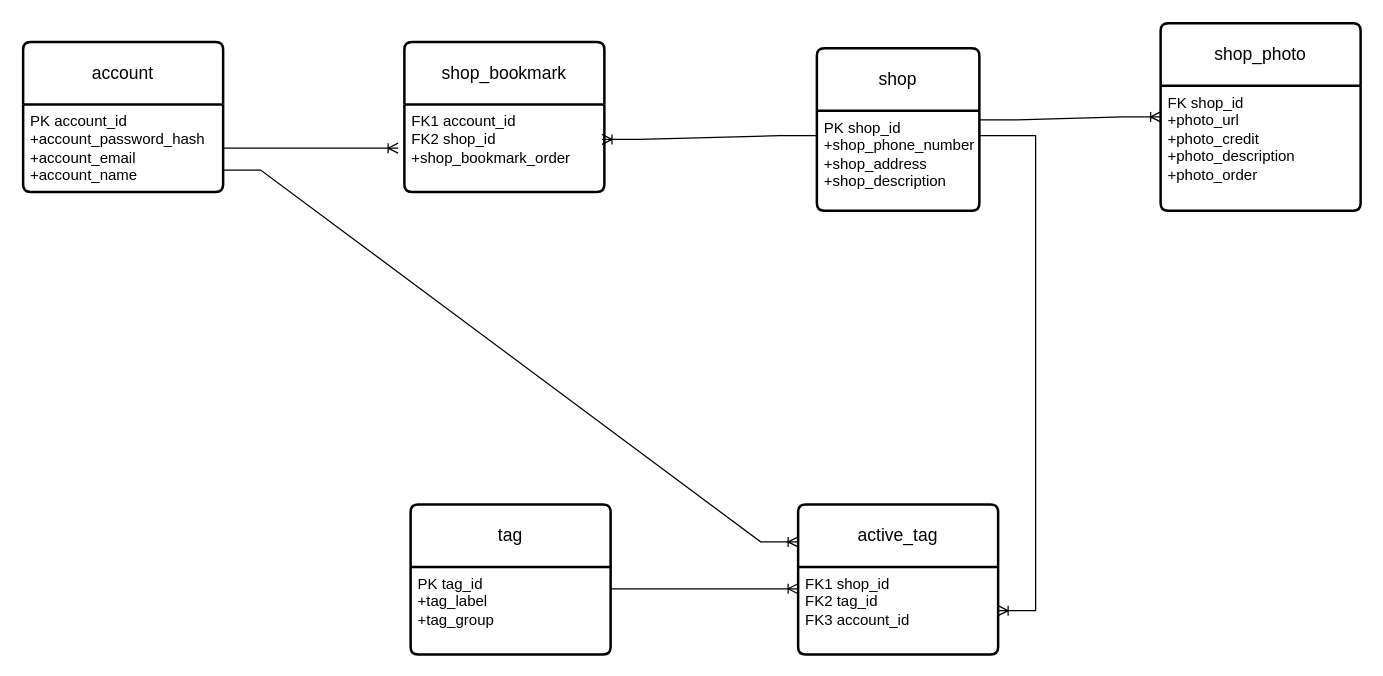
This is documentation/ERD.drawio from cohort-web-43-coffee/coffee-capstone, a draw.io file, before an edit. Source tidied: cells renumbered, new cells numbered last; positions are measured from the earlier drawing's top-left corner, leaving out a move shared by most shapes. Both pictures are drawn from the tidied source at 125%, with x=0, y=0 at pixel (22, 22).
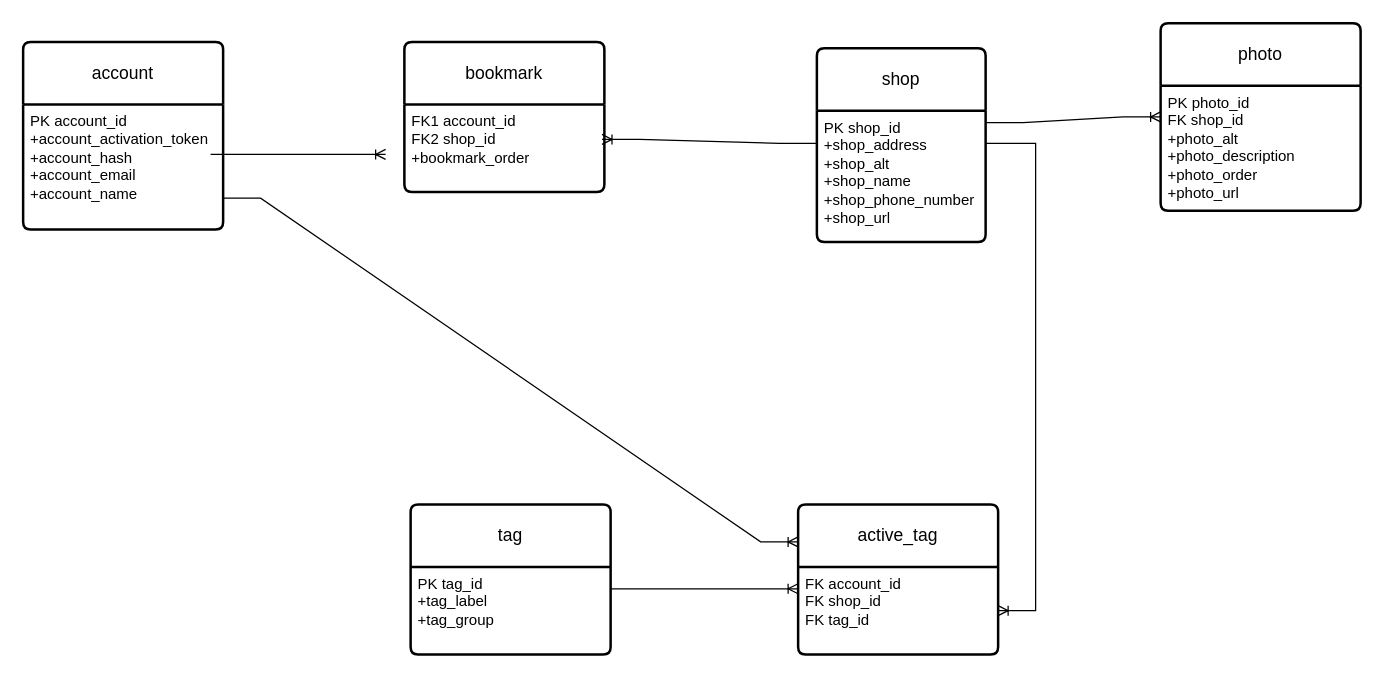
Above is the later version.

Commit message (it also covers changes not shown here):
Update conceptual model and ERD

The change refers to these unchanged cells:
```xml
<mxCell id="12" value="active_tag" style="swimlane;horizontal=1;startSize=50;rounded=1;fontSize=14;fontStyle=0;strokeWidth=2;shadow=0;dashed=0;align=center;arcSize=4;whiteSpace=wrap;html=1;" parent="1" vertex="1">
  <mxGeometry x="620" y="385" width="160" height="120" as="geometry" />
</mxCell>
```

Change to the diagram source:
```diff
@@
     <mxCell id="2" value="account" style="swimlane;horizontal=1;startSize=50;rounded=1;fontSize=14;fontStyle=0;strokeWidth=2;shadow=0;dashed=0;align=center;arcSize=4;whiteSpace=wrap;html=1;" parent="1" vertex="1">
-      <mxGeometry y="15" width="160" height="120" as="geometry" />
+      <mxGeometry y="15" width="160" height="150" as="geometry" />
     </mxCell>
+    <mxCell id="8" style="edgeStyle=entityRelationEdgeStyle;fontSize=12;html=1;endArrow=ERoneToMany;rounded=0;" parent="2" edge="1">
+      <mxGeometry relative="1" as="geometry">
+        <mxPoint x="150" y="90" as="sourcePoint" />
+        <mxPoint x="290" y="90" as="targetPoint" />
+      </mxGeometry>
+    </mxCell>
-    <mxCell id="3" value="PK account_id&lt;br&gt;+account_password_hash&lt;br&gt;+account_email&lt;br&gt;+account_name" style="align=left;strokeColor=none;fillColor=none;spacingLeft=4;fontSize=12;verticalAlign=top;html=1;" parent="2" vertex="1">
-      <mxGeometry y="50" width="160" height="70" as="geometry" />
+    <mxCell id="3" value="PK account_id&lt;br&gt;+account_activation_token&lt;br&gt;+account_hash&lt;br&gt;+account_email&lt;br&gt;+account_name" style="align=left;strokeColor=none;fillColor=none;spacingLeft=4;fontSize=12;verticalAlign=top;html=1;" parent="2" vertex="1">
+      <mxGeometry y="50" width="160" height="100" as="geometry" />
     </mxCell>
     <mxCell id="4" value="shop" style="swimlane;horizontal=1;startSize=50;rounded=1;fontSize=14;fontStyle=0;strokeWidth=2;shadow=0;dashed=0;align=center;arcSize=4;whiteSpace=wrap;html=1;direction=east;" parent="1" vertex="1">
-      <mxGeometry x="635" y="20" width="130" height="130" as="geometry" />
+      <mxGeometry x="635" y="20" width="135" height="155" as="geometry" />
     </mxCell>
-    <mxCell id="5" value="PK shop_id&lt;br&gt;+shop_phone_number&lt;br&gt;+shop_address&lt;br&gt;+shop_description" style="align=left;strokeColor=none;fillColor=none;spacingLeft=4;fontSize=12;verticalAlign=top;html=1;" parent="4" vertex="1">
-      <mxGeometry y="50" width="130" height="80" as="geometry" />
+    <mxCell id="5" value="PK shop_id&lt;br&gt;+shop_address&lt;br&gt;+shop_alt&lt;br&gt;+shop_name&lt;br&gt;+shop_phone_number&lt;br&gt;+shop_url" style="align=left;strokeColor=none;fillColor=none;spacingLeft=4;fontSize=12;verticalAlign=top;html=1;" parent="4" vertex="1">
+      <mxGeometry y="50" width="135" height="105" as="geometry" />
     </mxCell>
-    <mxCell id="6" value="shop_bookmark" style="swimlane;horizontal=1;startSize=50;rounded=1;fontSize=14;fontStyle=0;strokeWidth=2;shadow=0;dashed=0;align=center;arcSize=4;whiteSpace=wrap;html=1;" parent="1" vertex="1">
+    <mxCell id="6" value="bookmark" style="swimlane;horizontal=1;startSize=50;rounded=1;fontSize=14;fontStyle=0;strokeWidth=2;shadow=0;dashed=0;align=center;arcSize=4;whiteSpace=wrap;html=1;" parent="1" vertex="1">
       <mxGeometry x="305" y="15" width="160" height="120" as="geometry" />
     </mxCell>
-    <mxCell id="7" value="FK1 account_id&lt;br&gt;FK2 shop_id&lt;br&gt;+shop_bookmark_order" style="align=left;strokeColor=none;fillColor=none;spacingLeft=4;fontSize=12;verticalAlign=top;html=1;" parent="6" vertex="1">
+    <mxCell id="7" value="FK1 account_id&lt;br&gt;FK2 shop_id&lt;br&gt;+bookmark_order" style="align=left;strokeColor=none;fillColor=none;spacingLeft=4;fontSize=12;verticalAlign=top;html=1;" parent="6" vertex="1">
       <mxGeometry y="50" width="160" height="70" as="geometry" />
     </mxCell>
-    <mxCell id="8" style="edgeStyle=entityRelationEdgeStyle;fontSize=12;html=1;endArrow=ERoneToMany;rounded=0;" parent="1" edge="1">
-      <mxGeometry relative="1" as="geometry">
-        <mxPoint x="160" y="100" as="sourcePoint" />
-        <mxPoint x="300" y="100" as="targetPoint" />
-      </mxGeometry>
-    </mxCell>
@@
-    <mxCell id="13" value="FK1 shop_id&lt;br&gt;FK2 tag_id&lt;br&gt;FK3 account_id" style="align=left;strokeColor=none;fillColor=none;spacingLeft=4;fontSize=12;verticalAlign=top;html=1;" parent="12" vertex="1">
+    <mxCell id="13" value="FK account_id&lt;br&gt;FK shop_id&lt;br&gt;FK tag_id" style="align=left;strokeColor=none;fillColor=none;spacingLeft=4;fontSize=12;verticalAlign=top;html=1;" parent="12" vertex="1">
       <mxGeometry y="50" width="160" height="70" as="geometry" />
     </mxCell>
@@
-    <mxCell id="16" value="shop_photo" style="swimlane;horizontal=1;startSize=50;rounded=1;fontSize=14;fontStyle=0;strokeWidth=2;shadow=0;dashed=0;align=center;arcSize=4;whiteSpace=wrap;html=1;" parent="1" vertex="1">
+    <mxCell id="16" value="photo" style="swimlane;horizontal=1;startSize=50;rounded=1;fontSize=14;fontStyle=0;strokeWidth=2;shadow=0;dashed=0;align=center;arcSize=4;whiteSpace=wrap;html=1;" parent="1" vertex="1">
       <mxGeometry x="910" width="160" height="150" as="geometry" />
     </mxCell>
-    <mxCell id="17" value="FK shop_id&lt;br&gt;+photo_url&lt;br&gt;+photo_credit&lt;br&gt;+photo_description&lt;br&gt;+photo_order" style="align=left;strokeColor=none;fillColor=none;spacingLeft=4;fontSize=12;verticalAlign=top;html=1;" parent="16" vertex="1">
+    <mxCell id="17" value="PK photo_id&lt;br&gt;FK shop_id&lt;br&gt;+photo_alt&lt;br&gt;+photo_description&lt;br&gt;+photo_order&lt;br&gt;+photo_url" style="align=left;strokeColor=none;fillColor=none;spacingLeft=4;fontSize=12;verticalAlign=top;html=1;" parent="16" vertex="1">
       <mxGeometry y="50" width="160" height="100" as="geometry" />
     </mxCell>
```
